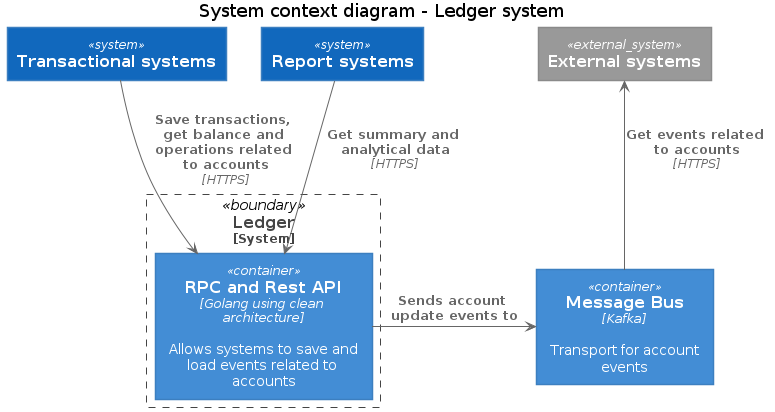
fernandodr19/the-amazing-ledger keeps this PlantUML diagram as docs/c4model/level_1_system_context_diagram.png. Above is the earlier version.
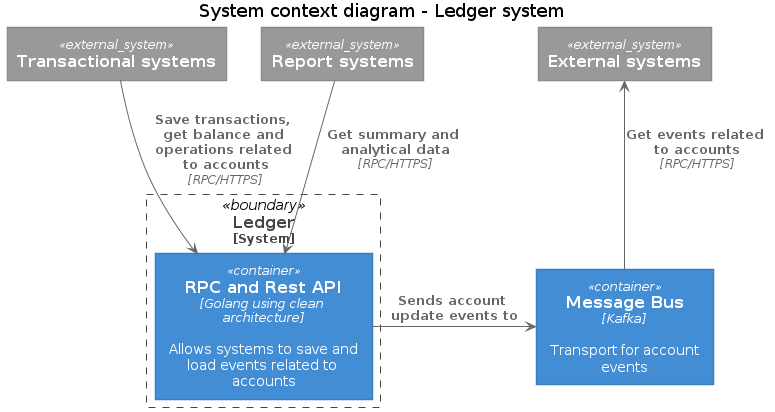
Above is the later version.

The edit, as a diff of the source:
```diff
@@ -4,8 +4,8 @@
 
 title System context diagram - Ledger system
 
-System(transactional_systems, "Transactional systems")
-System(report_systems, "Report systems")
+System_Ext(transactional_systems, "Transactional systems")
+System_Ext(report_systems, "Report systems")
 System_Ext(external_systems, "External systems")
 
 System_Boundary(ledger, "Ledger") {
@@ -14,10 +14,10 @@
 
 Container(message_bus, "Message Bus", "Kafka", "Transport for account events")
 
-Rel_Back(external_systems, message_bus, "Get events related to accounts", "HTTPS")
+Rel_Back(external_systems, message_bus, "Get events related to accounts", "RPC/HTTPS")
 
 Rel_R(ledger_api, message_bus, "Sends account update events to")
 
-Rel(transactional_systems, ledger_api, "Save transactions, get balance and operations related to accounts", "HTTPS")
-Rel(report_systems, ledger_api, "Get summary and analytical data", "HTTPS")
+Rel(transactional_systems, ledger_api, "Save transactions, get balance and operations related to accounts", "RPC/HTTPS")
+Rel(report_systems, ledger_api, "Get summary and analytical data", "RPC/HTTPS")
 @enduml
```
